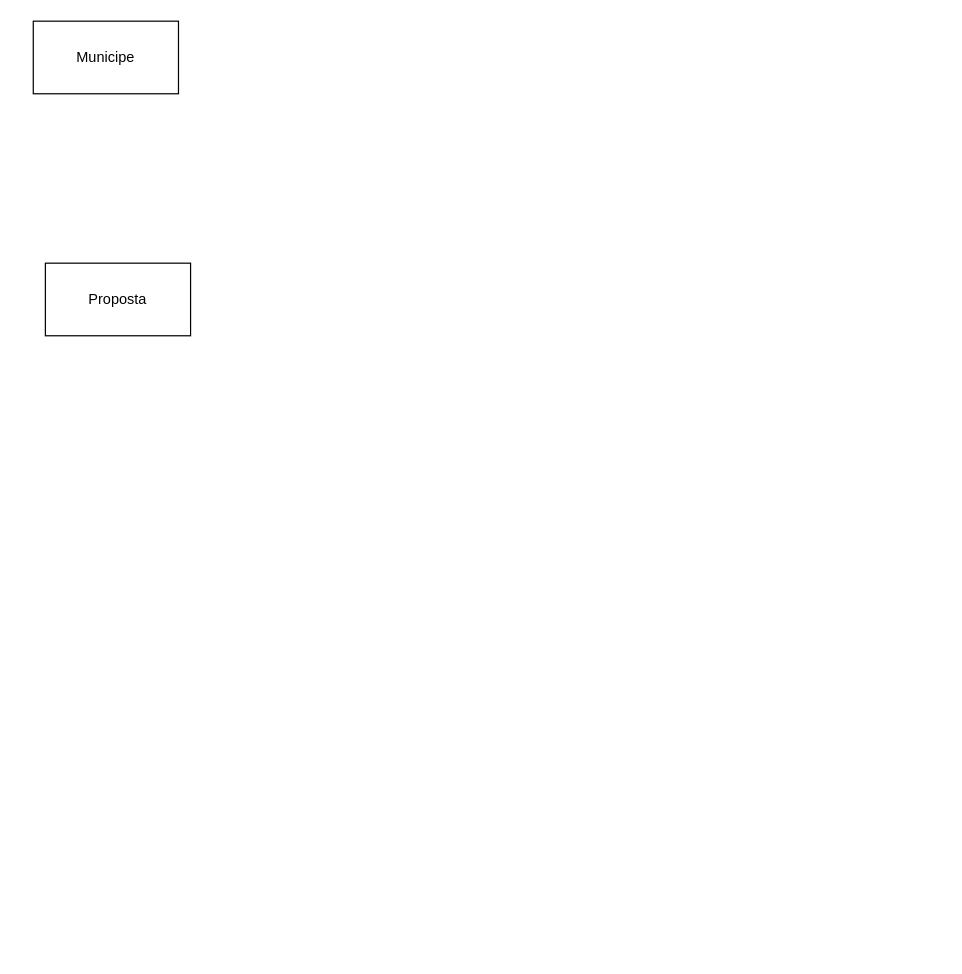
The draw.io diagram TrabalhoFinal.drawio in Nuno-Goncalves1/Sql-ER, before the edit. Source tidied: cells renumbered, new cells numbered last; positions are measured from the earlier drawing's top-left corner, leaving out a move shared by most shapes. Both pictures are drawn from the tidied source at 121%, with x=0, y=0 at pixel (33, 21).
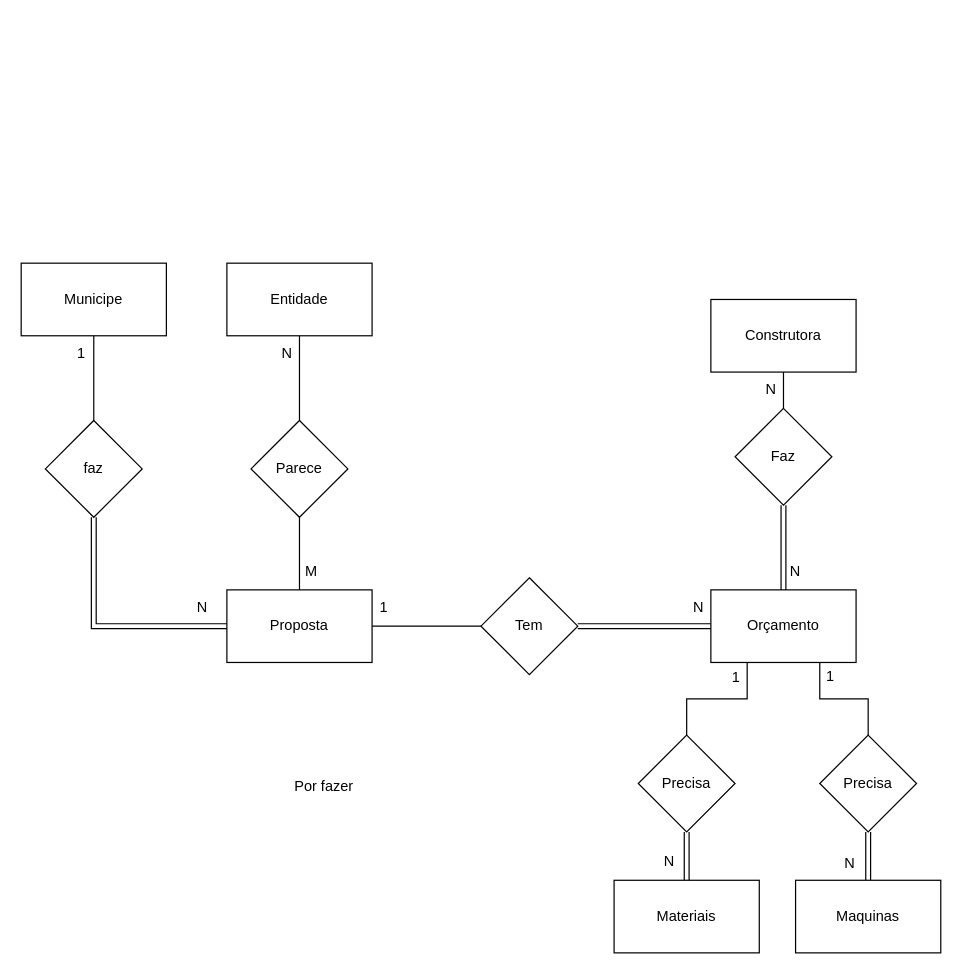
The same page after the edit.

What changed in the source:
```diff
@@
+    <mxCell id="4" style="edgeStyle=orthogonalEdgeStyle;rounded=0;jettySize=auto;html=1;exitX=0.5;exitY=1;exitDx=0;exitDy=0;endArrow=none;startFill=0;" parent="1" edge="1" source="2" target="6">
+      <mxGeometry relative="1" as="geometry" />
+    </mxCell>
     <mxCell id="2" value="Municipe" style="rounded=0;whiteSpace=wrap;html=1;" parent="1" vertex="1">
-      <mxGeometry width="120" height="60" as="geometry" />
+      <mxGeometry x="-10" y="200" width="120" height="60" as="geometry" />
     </mxCell>
     <mxCell id="3" value="Proposta" style="rounded=0;whiteSpace=wrap;html=1;" parent="1" vertex="1">
-      <mxGeometry x="10" y="200" width="120" height="60" as="geometry" />
+      <mxGeometry x="160" y="470" width="120" height="60" as="geometry" />
     </mxCell>
+    <mxCell id="5" style="edgeStyle=orthogonalEdgeStyle;rounded=0;jettySize=auto;html=1;exitX=0.5;exitY=1;exitDx=0;exitDy=0;entryX=0;entryY=0.5;entryDx=0;entryDy=0;shape=link;" parent="1" edge="1" source="6" target="3">
+      <mxGeometry relative="1" as="geometry" />
+    </mxCell>
+    <mxCell id="6" value="faz" style="rhombus;whiteSpace=wrap;html=1;" parent="1" vertex="1">
+      <mxGeometry x="10" y="330" width="80" height="80" as="geometry" />
+    </mxCell>
+    <mxCell id="7" value="1" style="text;html=1;align=center;verticalAlign=middle;whiteSpace=wrap;rounded=0;" parent="1" vertex="1">
+      <mxGeometry x="10" y="260" width="60" height="30" as="geometry" />
+    </mxCell>
+    <mxCell id="8" value="N" style="text;html=1;align=center;verticalAlign=middle;whiteSpace=wrap;rounded=0;" parent="1" vertex="1">
+      <mxGeometry x="110" y="470" width="60" height="30" as="geometry" />
+    </mxCell>
+    <mxCell id="9" style="edgeStyle=orthogonalEdgeStyle;rounded=0;jettySize=auto;html=1;exitX=0.5;exitY=1;exitDx=0;exitDy=0;endArrow=none;startFill=0;" parent="1" edge="1" source="10" target="3">
+      <mxGeometry relative="1" as="geometry" />
+    </mxCell>
+    <mxCell id="10" value="Parece" style="rhombus;whiteSpace=wrap;html=1;" parent="1" vertex="1">
+      <mxGeometry x="180" y="330" width="80" height="80" as="geometry" />
+    </mxCell>
+    <mxCell id="11" style="edgeStyle=orthogonalEdgeStyle;rounded=0;jettySize=auto;html=1;exitX=0.5;exitY=1;exitDx=0;exitDy=0;entryX=0.5;entryY=0;entryDx=0;entryDy=0;endArrow=none;startFill=0;" parent="1" edge="1" source="12" target="10">
+      <mxGeometry relative="1" as="geometry" />
+    </mxCell>
+    <mxCell id="12" value="Entidade" style="rounded=0;whiteSpace=wrap;html=1;" parent="1" vertex="1">
+      <mxGeometry x="160" y="200" width="120" height="60" as="geometry" />
+    </mxCell>
+    <mxCell id="13" value="N" style="text;html=1;align=center;verticalAlign=middle;whiteSpace=wrap;rounded=0;" parent="1" vertex="1">
+      <mxGeometry x="180" y="260" width="60" height="30" as="geometry" />
+    </mxCell>
+    <mxCell id="14" value="M" style="text;html=1;align=center;verticalAlign=middle;whiteSpace=wrap;rounded=0;" parent="1" vertex="1">
+      <mxGeometry x="200" y="440" width="60" height="30" as="geometry" />
+    </mxCell>
+    <mxCell id="15" style="edgeStyle=orthogonalEdgeStyle;rounded=0;jettySize=auto;html=1;exitX=0;exitY=0.5;exitDx=0;exitDy=0;entryX=1;entryY=0.5;entryDx=0;entryDy=0;endArrow=none;startFill=0;shape=link;" parent="1" edge="1" source="18" target="22">
+      <mxGeometry relative="1" as="geometry" />
+    </mxCell>
+    <mxCell id="16" style="edgeStyle=orthogonalEdgeStyle;rounded=0;jettySize=auto;html=1;exitX=0.5;exitY=1;exitDx=0;exitDy=0;entryX=0.5;entryY=0;entryDx=0;entryDy=0;endArrow=none;startFill=0;" parent="1" edge="1" source="18" target="31">
+      <mxGeometry relative="1" as="geometry">
+        <Array as="points">
+          <mxPoint x="590" y="530" />
+          <mxPoint x="590" y="560" />
+          <mxPoint x="540" y="560" />
+        </Array>
+      </mxGeometry>
+    </mxCell>
+    <mxCell id="17" style="edgeStyle=orthogonalEdgeStyle;rounded=0;jettySize=auto;html=1;exitX=0.5;exitY=1;exitDx=0;exitDy=0;entryX=0.5;entryY=0;entryDx=0;entryDy=0;endArrow=none;startFill=0;" parent="1" edge="1" source="18" target="33">
+      <mxGeometry relative="1" as="geometry">
+        <Array as="points">
+          <mxPoint x="650" y="530" />
+          <mxPoint x="650" y="560" />
+          <mxPoint x="690" y="560" />
+        </Array>
+      </mxGeometry>
+    </mxCell>
+    <mxCell id="18" value="Orçamento" style="whiteSpace=wrap;html=1;" parent="1" vertex="1">
+      <mxGeometry x="560" y="470" width="120" height="60" as="geometry" />
+    </mxCell>
+    <mxCell id="19" style="edgeStyle=orthogonalEdgeStyle;rounded=0;jettySize=auto;html=1;exitX=0.5;exitY=1;exitDx=0;exitDy=0;entryX=0.5;entryY=0;entryDx=0;entryDy=0;endArrow=none;startFill=0;shape=link;" parent="1" edge="1" source="20" target="18">
+      <mxGeometry relative="1" as="geometry" />
+    </mxCell>
+    <mxCell id="20" value="Faz" style="rhombus;whiteSpace=wrap;html=1;" parent="1" vertex="1">
+      <mxGeometry x="580" y="320" width="80" height="80" as="geometry" />
+    </mxCell>
+    <mxCell id="21" style="edgeStyle=orthogonalEdgeStyle;rounded=0;jettySize=auto;html=1;exitX=0;exitY=0.5;exitDx=0;exitDy=0;entryX=1;entryY=0.5;entryDx=0;entryDy=0;endArrow=none;startFill=0;" parent="1" edge="1" source="22" target="3">
+      <mxGeometry relative="1" as="geometry" />
+    </mxCell>
+    <mxCell id="22" value="Tem" style="rhombus;whiteSpace=wrap;html=1;" parent="1" vertex="1">
+      <mxGeometry x="370" y="460" width="80" height="80" as="geometry" />
+    </mxCell>
+    <mxCell id="23" value="N" style="text;html=1;align=center;verticalAlign=middle;whiteSpace=wrap;rounded=0;" parent="1" vertex="1">
+      <mxGeometry x="600" y="440" width="60" height="30" as="geometry" />
+    </mxCell>
+    <mxCell id="24" value="1" style="text;html=1;align=center;verticalAlign=middle;whiteSpace=wrap;rounded=0;" parent="1" vertex="1">
+      <mxGeometry x="260" y="470" width="60" height="30" as="geometry" />
+    </mxCell>
+    <mxCell id="25" value="N" style="text;html=1;align=center;verticalAlign=middle;whiteSpace=wrap;rounded=0;" parent="1" vertex="1">
+      <mxGeometry x="520" y="470" width="60" height="30" as="geometry" />
+    </mxCell>
+    <mxCell id="26" value="Construtora" style="rounded=0;whiteSpace=wrap;html=1;" parent="1" vertex="1">
+      <mxGeometry x="560" y="230" width="120" height="60" as="geometry" />
+    </mxCell>
+    <mxCell id="27" value="N" style="text;html=1;align=center;verticalAlign=middle;whiteSpace=wrap;rounded=0;" parent="1" vertex="1">
+      <mxGeometry x="580" y="290" width="60" height="30" as="geometry" />
+    </mxCell>
+    <mxCell id="28" value="Materiais" style="rounded=0;whiteSpace=wrap;html=1;" parent="1" vertex="1">
+      <mxGeometry x="480" y="710" width="120" height="60" as="geometry" />
+    </mxCell>
+    <mxCell id="29" value="Maquinas" style="rounded=0;whiteSpace=wrap;html=1;" parent="1" vertex="1">
+      <mxGeometry x="630" y="710" width="120" height="60" as="geometry" />
+    </mxCell>
+    <mxCell id="30" style="edgeStyle=orthogonalEdgeStyle;rounded=0;jettySize=auto;html=1;exitX=0.5;exitY=1;exitDx=0;exitDy=0;endArrow=none;startFill=0;shape=link;" parent="1" edge="1" source="31" target="28">
+      <mxGeometry relative="1" as="geometry" />
+    </mxCell>
+    <mxCell id="31" value="Precisa" style="rhombus;whiteSpace=wrap;html=1;" parent="1" vertex="1">
+      <mxGeometry x="500" y="590" width="80" height="80" as="geometry" />
+    </mxCell>
+    <mxCell id="32" style="edgeStyle=orthogonalEdgeStyle;rounded=0;jettySize=auto;html=1;exitX=0.5;exitY=1;exitDx=0;exitDy=0;entryX=0.5;entryY=0;entryDx=0;entryDy=0;endArrow=none;startFill=0;shape=link;" parent="1" edge="1" source="33" target="29">
+      <mxGeometry relative="1" as="geometry" />
+    </mxCell>
+    <mxCell id="33" value="Precisa" style="rhombus;whiteSpace=wrap;html=1;" parent="1" vertex="1">
+      <mxGeometry x="650" y="590" width="80" height="80" as="geometry" />
+    </mxCell>
+    <mxCell id="34" value="1" style="text;html=1;align=center;verticalAlign=middle;whiteSpace=wrap;rounded=0;" parent="1" vertex="1">
+      <mxGeometry x="551" y="528" width="60" height="30" as="geometry" />
+    </mxCell>
+    <mxCell id="35" value="N" style="text;html=1;align=center;verticalAlign=middle;whiteSpace=wrap;rounded=0;" parent="1" vertex="1">
+      <mxGeometry x="496" y="680" width="60" height="30" as="geometry" />
+    </mxCell>
+    <mxCell id="36" value="&lt;div&gt;1&lt;/div&gt;" style="text;html=1;align=center;verticalAlign=middle;whiteSpace=wrap;rounded=0;" parent="1" vertex="1">
+      <mxGeometry x="629" y="527" width="60" height="30" as="geometry" />
+    </mxCell>
+    <mxCell id="37" value="N" style="text;html=1;align=center;verticalAlign=middle;whiteSpace=wrap;rounded=0;" parent="1" vertex="1">
+      <mxGeometry x="645" y="681" width="60" height="30" as="geometry" />
+    </mxCell>
+    <mxCell id="38" style="edgeStyle=orthogonalEdgeStyle;rounded=0;jettySize=auto;html=1;entryX=0.5;entryY=0;entryDx=0;entryDy=0;endArrow=none;startFill=0;" parent="1" edge="1" target="20">
+      <mxGeometry relative="1" as="geometry">
+        <mxPoint x="620" y="290" as="sourcePoint" />
+      </mxGeometry>
+    </mxCell>
+    <mxCell id="39" value="Por fazer" style="text;html=1;align=center;verticalAlign=middle;strokeColor=none;fillColor=none;" parent="1" vertex="1">
+      <mxGeometry x="205" y="618" width="70" height="30" as="geometry" />
+    </mxCell>
```
